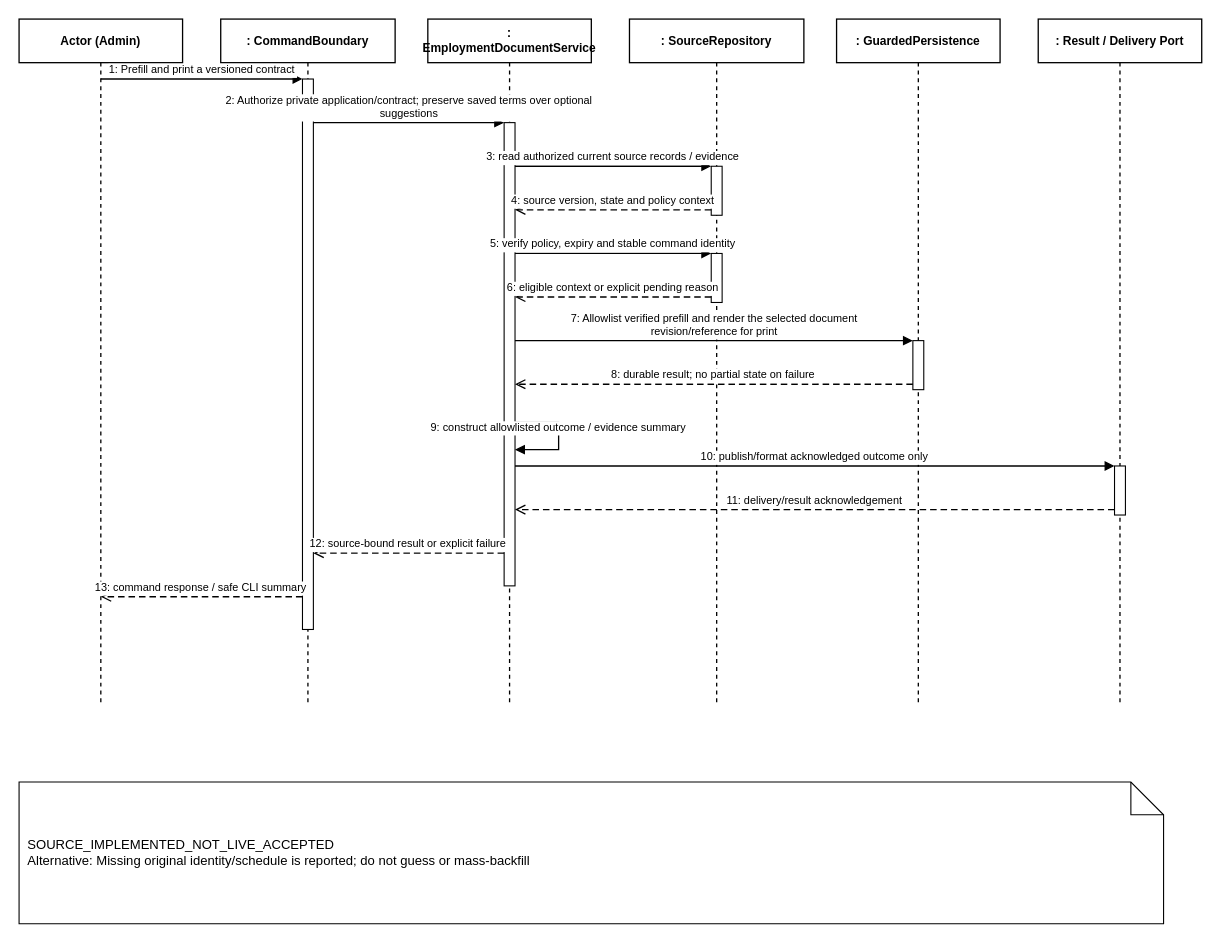
ngocthanhhx7/SEP490_G101_FALL2026 keeps this draw.io diagram as doc/reports/report4/sequence/emp-03.drawio. Above is the earlier version. Source tidied: cells renumbered, new cells numbered last; positions are measured from the earlier drawing's top-left corner, leaving out a move shared by most shapes. Both pictures are drawn from the tidied source at 109%, with x=0, y=0 at pixel (19, 19).
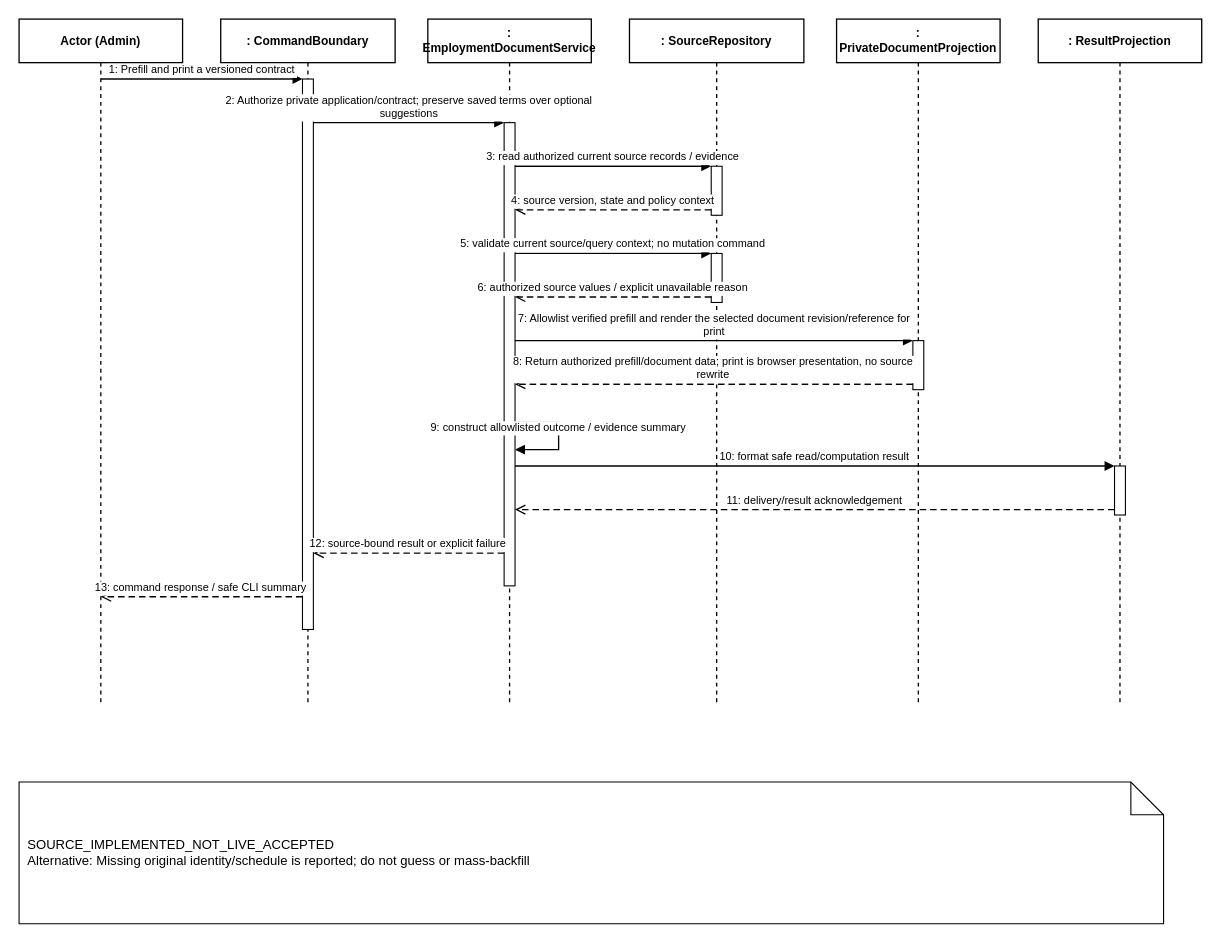
The same diagram, later.

Change to the diagram source:
```diff
@@
-    <mxCell id="6" value=": GuardedPersistence" style="shape=umlLifeline;perimeter=lifelinePerimeter;whiteSpace=wrap;html=0;size=40;fillColor=#FFFFFF;strokeColor=#000000;strokeWidth=1.2;fontStyle=1;fontSize=11;align=center;" parent="1" vertex="1">
+    <mxCell id="6" value=": PrivateDocumentProjection" style="shape=umlLifeline;perimeter=lifelinePerimeter;whiteSpace=wrap;html=0;size=40;fillColor=#FFFFFF;strokeColor=#000000;strokeWidth=1.2;fontStyle=1;fontSize=11;align=center;" parent="1" vertex="1">
       <mxGeometry x="750" width="150" height="630" as="geometry" />
     </mxCell>
-    <mxCell id="7" value=": Result / Delivery Port" style="shape=umlLifeline;perimeter=lifelinePerimeter;whiteSpace=wrap;html=0;size=40;fillColor=#FFFFFF;strokeColor=#000000;strokeWidth=1.2;fontStyle=1;fontSize=11;align=center;" parent="1" vertex="1">
+    <mxCell id="7" value=": ResultProjection" style="shape=umlLifeline;perimeter=lifelinePerimeter;whiteSpace=wrap;html=0;size=40;fillColor=#FFFFFF;strokeColor=#000000;strokeWidth=1.2;fontStyle=1;fontSize=11;align=center;" parent="1" vertex="1">
       <mxGeometry x="935" width="150" height="630" as="geometry" />
     </mxCell>
@@
-    <mxCell id="18" value="5: verify policy, expiry and stable command identity" style="html=0;verticalAlign=bottom;endArrow=block;endFill=1;strokeColor=#000000;strokeWidth=1.2;fontSize=10;fontColor=#000000;edgeStyle=orthogonalEdgeStyle;rounded=0;" parent="1" edge="1">
+    <mxCell id="18" value="5: validate current source/query context; no mutation command" style="html=0;verticalAlign=bottom;endArrow=block;endFill=1;strokeColor=#000000;strokeWidth=1.2;fontSize=10;fontColor=#000000;edgeStyle=orthogonalEdgeStyle;rounded=0;" parent="1" edge="1">
       <mxGeometry relative="1" as="geometry">
         <mxPoint x="455" y="215" as="sourcePoint" />
         <mxPoint x="635" y="215" as="targetPoint" />
       </mxGeometry>
     </mxCell>
-    <mxCell id="19" value="6: eligible context or explicit pending reason" style="html=0;verticalAlign=bottom;endArrow=open;endSize=7;dashed=1;dashPattern=5 3;strokeColor=#000000;strokeWidth=1.2;fontSize=10;fontColor=#000000;edgeStyle=orthogonalEdgeStyle;rounded=0;" parent="1" edge="1">
+    <mxCell id="19" value="6: authorized source values / explicit unavailable reason" style="html=0;verticalAlign=bottom;endArrow=open;endSize=7;dashed=1;dashPattern=5 3;strokeColor=#000000;strokeWidth=1.2;fontSize=10;fontColor=#000000;edgeStyle=orthogonalEdgeStyle;rounded=0;" parent="1" edge="1">
       <mxGeometry relative="1" as="geometry">
         <mxPoint x="635" y="255" as="sourcePoint" />
         <mxPoint x="455" y="255" as="targetPoint" />
       </mxGeometry>
     </mxCell>
-    <mxCell id="20" value="7: Allowlist verified prefill and render the selected document&#10;revision/reference for print" style="html=0;verticalAlign=bottom;endArrow=block;endFill=1;strokeColor=#000000;strokeWidth=1.2;fontSize=10;fontColor=#000000;edgeStyle=orthogonalEdgeStyle;rounded=0;" parent="1" edge="1">
+    <mxCell id="20" value="7: Allowlist verified prefill and render the selected document revision/reference for&#10;print" style="html=0;verticalAlign=bottom;endArrow=block;endFill=1;strokeColor=#000000;strokeWidth=1.2;fontSize=10;fontColor=#000000;edgeStyle=orthogonalEdgeStyle;rounded=0;" parent="1" edge="1">
       <mxGeometry relative="1" as="geometry">
         <mxPoint x="455" y="295" as="sourcePoint" />
         <mxPoint x="820" y="295" as="targetPoint" />
       </mxGeometry>
     </mxCell>
-    <mxCell id="21" value="8: durable result; no partial state on failure" style="html=0;verticalAlign=bottom;endArrow=open;endSize=7;dashed=1;dashPattern=5 3;strokeColor=#000000;strokeWidth=1.2;fontSize=10;fontColor=#000000;edgeStyle=orthogonalEdgeStyle;rounded=0;" parent="1" edge="1">
+    <mxCell id="21" value="8: Return authorized prefill/document data; print is browser presentation, no source&#10;rewrite" style="html=0;verticalAlign=bottom;endArrow=open;endSize=7;dashed=1;dashPattern=5 3;strokeColor=#000000;strokeWidth=1.2;fontSize=10;fontColor=#000000;edgeStyle=orthogonalEdgeStyle;rounded=0;" parent="1" edge="1">
       <mxGeometry relative="1" as="geometry">
         <mxPoint x="820" y="335" as="sourcePoint" />
         <mxPoint x="455" y="335" as="targetPoint" />
       </mxGeometry>
     </mxCell>
@@
-    <mxCell id="23" value="10: publish/format acknowledged outcome only" style="html=0;verticalAlign=bottom;endArrow=block;endFill=1;strokeColor=#000000;strokeWidth=1.2;fontSize=10;fontColor=#000000;edgeStyle=orthogonalEdgeStyle;rounded=0;" parent="1" edge="1">
+    <mxCell id="23" value="10: format safe read/computation result" style="html=0;verticalAlign=bottom;endArrow=block;endFill=1;strokeColor=#000000;strokeWidth=1.2;fontSize=10;fontColor=#000000;edgeStyle=orthogonalEdgeStyle;rounded=0;" parent="1" edge="1">
       <mxGeometry relative="1" as="geometry">
         <mxPoint x="455" y="410" as="sourcePoint" />
         <mxPoint x="1005" y="410" as="targetPoint" />
       </mxGeometry>
     </mxCell>
```
